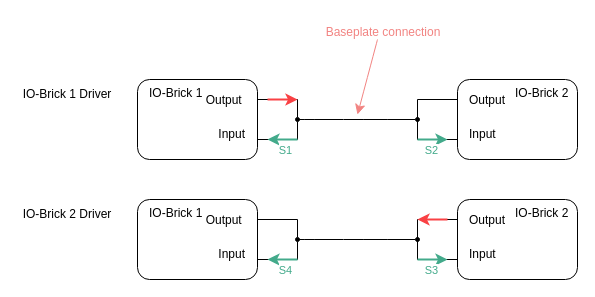
Before: page "digital_io_loopback" (1 of 3) of assets/drawIO/tests.drawio in FlexHaufen/HSLU_PAIND_Documentation, a draw.io diagram. Source tidied: cells renumbered, new cells numbered last; positions are measured from the earlier drawing's top-left corner, leaving out a move shared by most shapes. Both pictures are drawn from the tidied source at 100%, with x=0, y=0 at pixel (17, 17).
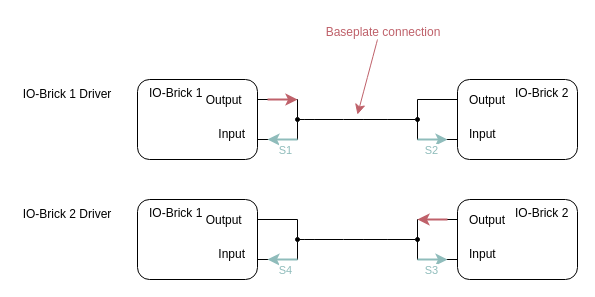
Above is the later version.

Change to the diagram source:
```diff
@@
-    <mxCell id="11" style="endArrow=classic;html=1;rounded=0;fontSize=12;startSize=8;endSize=8;curved=1;strokeColor=#F28482;" parent="1" edge="1">
+    <mxCell id="11" style="endArrow=classic;html=1;rounded=0;fontSize=12;startSize=8;endSize=8;curved=1;strokeColor=#BF616A;" parent="1" edge="1">
       <mxGeometry relative="1" as="geometry">
         <mxPoint x="360" y="22" as="sourcePoint" />
         <mxPoint x="340" y="97.1" as="targetPoint" />
       </mxGeometry>
     </mxCell>
-    <mxCell id="12" value="&lt;span style=&quot;color: rgb(242, 132, 130);&quot;&gt;Baseplate connection&lt;/span&gt;" style="text;html=1;whiteSpace=wrap;strokeColor=none;fillColor=none;align=center;verticalAlign=middle;rounded=0;" parent="1" vertex="1">
+    <mxCell id="12" value="Baseplate connection" style="text;html=1;whiteSpace=wrap;strokeColor=none;fillColor=none;align=center;verticalAlign=middle;rounded=0;fontColor=#BF616A;" parent="1" vertex="1">
       <mxGeometry x="306" width="120" height="30" as="geometry" />
     </mxCell>
@@
-    <mxCell id="17" style="endArrow=none;html=1;rounded=0;defaultLabelBackgroundColor=page;startArrow=classic;startFill=1;strokeColor=#F94144;strokeWidth=2;" parent="1" edge="1">
+    <mxCell id="17" style="endArrow=none;html=1;rounded=0;defaultLabelBackgroundColor=page;startArrow=classic;startFill=1;strokeColor=#BF616A;strokeWidth=2;" parent="1" edge="1">
       <mxGeometry relative="1" as="geometry">
         <mxPoint x="280" y="82" as="sourcePoint" />
         <mxPoint x="250" y="82" as="targetPoint" />
       </mxGeometry>
     </mxCell>
-    <mxCell id="18" style="endArrow=none;html=1;rounded=0;defaultLabelBackgroundColor=page;startArrow=classic;startFill=1;strokeColor=#43AA8B;strokeWidth=2;" parent="1" edge="1">
+    <mxCell id="18" style="endArrow=none;html=1;rounded=0;defaultLabelBackgroundColor=page;startArrow=classic;startFill=1;strokeColor=#8FBCBB;strokeWidth=2;" parent="1" edge="1">
       <mxGeometry relative="1" as="geometry">
         <mxPoint x="250" y="122" as="sourcePoint" />
         <mxPoint x="280" y="122" as="targetPoint" />
       </mxGeometry>
     </mxCell>
-    <mxCell id="19" value="S1" style="edgeLabel;html=1;align=center;verticalAlign=middle;inheritText=fontFamily,fontSize,fontStyle,textOpacity,labelBorderColor,labelBorderWidth,labelBackgroundColor,defaultLabelBackgroundColor,labelPadding;defaultLabelBackgroundColor=page;fontColor=#43AA8B;" parent="18" vertex="1">
+    <mxCell id="19" value="S1" style="edgeLabel;html=1;align=center;verticalAlign=middle;inheritText=fontFamily,fontSize,fontStyle,textOpacity,labelBorderColor,labelBorderWidth,labelBackgroundColor,defaultLabelBackgroundColor,labelPadding;defaultLabelBackgroundColor=page;fontColor=#8FBCBB;" parent="18" vertex="1">
       <mxGeometry x="0.15" relative="1" as="geometry">
         <mxPoint y="10" as="offset" />
       </mxGeometry>
     </mxCell>
-    <mxCell id="20" style="endArrow=none;html=1;rounded=0;defaultLabelBackgroundColor=page;startArrow=classic;startFill=1;strokeColor=#43AA8B;strokeWidth=2;" parent="1" edge="1">
+    <mxCell id="20" style="endArrow=none;html=1;rounded=0;defaultLabelBackgroundColor=page;startArrow=classic;startFill=1;strokeColor=#8FBCBB;strokeWidth=2;" parent="1" edge="1">
       <mxGeometry relative="1" as="geometry">
         <mxPoint x="430" y="122" as="sourcePoint" />
         <mxPoint x="400" y="122" as="targetPoint" />
       </mxGeometry>
     </mxCell>
-    <mxCell id="21" value="S2" style="edgeLabel;html=1;align=center;verticalAlign=middle;inheritText=fontFamily,fontSize,fontStyle,textOpacity,labelBorderColor,labelBorderWidth,labelBackgroundColor,defaultLabelBackgroundColor,labelPadding;defaultLabelBackgroundColor=page;fontColor=#43AA8B;" parent="20" vertex="1">
+    <mxCell id="21" value="S2" style="edgeLabel;html=1;align=center;verticalAlign=middle;inheritText=fontFamily,fontSize,fontStyle,textOpacity,labelBorderColor,labelBorderWidth,labelBackgroundColor,defaultLabelBackgroundColor,labelPadding;defaultLabelBackgroundColor=page;fontColor=#8FBCBB;" parent="20" vertex="1">
       <mxGeometry x="0.15" relative="1" as="geometry">
         <mxPoint y="10" as="offset" />
       </mxGeometry>
     </mxCell>
@@
-    <mxCell id="35" style="endArrow=none;html=1;rounded=0;defaultLabelBackgroundColor=page;startArrow=classic;startFill=1;strokeColor=#F94144;strokeWidth=2;" parent="1" edge="1">
+    <mxCell id="35" style="endArrow=none;html=1;rounded=0;defaultLabelBackgroundColor=page;startArrow=classic;startFill=1;strokeColor=#BF616A;strokeWidth=2;" parent="1" edge="1">
       <mxGeometry relative="1" as="geometry">
         <mxPoint x="400" y="202" as="sourcePoint" />
         <mxPoint x="430" y="202" as="targetPoint" />
       </mxGeometry>
     </mxCell>
-    <mxCell id="36" style="endArrow=none;html=1;rounded=0;defaultLabelBackgroundColor=page;startArrow=classic;startFill=1;strokeColor=#43AA8B;strokeWidth=2;" parent="1" edge="1">
+    <mxCell id="36" style="endArrow=none;html=1;rounded=0;defaultLabelBackgroundColor=page;startArrow=classic;startFill=1;strokeColor=#8FBCBB;strokeWidth=2;" parent="1" edge="1">
       <mxGeometry relative="1" as="geometry">
         <mxPoint x="250" y="242" as="sourcePoint" />
         <mxPoint x="280" y="242" as="targetPoint" />
       </mxGeometry>
     </mxCell>
-    <mxCell id="37" value="S4" style="edgeLabel;html=1;align=center;verticalAlign=middle;inheritText=fontFamily,fontSize,fontStyle,textOpacity,labelBorderColor,labelBorderWidth,labelBackgroundColor,defaultLabelBackgroundColor,labelPadding;defaultLabelBackgroundColor=page;fontColor=#43AA8B;" parent="36" vertex="1">
+    <mxCell id="37" value="S4" style="edgeLabel;html=1;align=center;verticalAlign=middle;inheritText=fontFamily,fontSize,fontStyle,textOpacity,labelBorderColor,labelBorderWidth,labelBackgroundColor,defaultLabelBackgroundColor,labelPadding;defaultLabelBackgroundColor=page;fontColor=#8FBCBB;" parent="36" vertex="1">
       <mxGeometry x="0.15" relative="1" as="geometry">
         <mxPoint y="10" as="offset" />
       </mxGeometry>
     </mxCell>
-    <mxCell id="38" style="endArrow=none;html=1;rounded=0;defaultLabelBackgroundColor=page;startArrow=classic;startFill=1;strokeColor=#43AA8B;strokeWidth=2;" parent="1" edge="1">
+    <mxCell id="38" style="endArrow=none;html=1;rounded=0;defaultLabelBackgroundColor=page;startArrow=classic;startFill=1;strokeColor=#8FBCBB;strokeWidth=2;" parent="1" edge="1">
       <mxGeometry relative="1" as="geometry">
         <mxPoint x="430" y="242" as="sourcePoint" />
         <mxPoint x="400" y="242" as="targetPoint" />
       </mxGeometry>
     </mxCell>
-    <mxCell id="39" value="S3" style="edgeLabel;html=1;align=center;verticalAlign=middle;inheritText=fontFamily,fontSize,fontStyle,textOpacity,labelBorderColor,labelBorderWidth,labelBackgroundColor,defaultLabelBackgroundColor,labelPadding;defaultLabelBackgroundColor=page;fontColor=#43AA8B;" parent="38" vertex="1">
+    <mxCell id="39" value="S3" style="edgeLabel;html=1;align=center;verticalAlign=middle;inheritText=fontFamily,fontSize,fontStyle,textOpacity,labelBorderColor,labelBorderWidth,labelBackgroundColor,defaultLabelBackgroundColor,labelPadding;defaultLabelBackgroundColor=page;fontColor=#8FBCBB;" parent="38" vertex="1">
       <mxGeometry x="0.15" relative="1" as="geometry">
         <mxPoint y="10" as="offset" />
       </mxGeometry>
     </mxCell>
```
